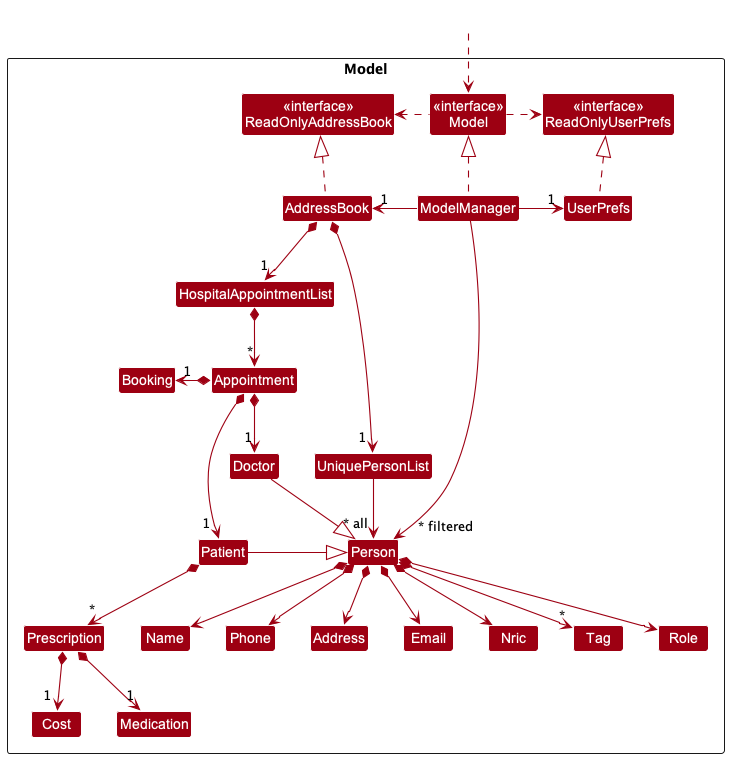
This is docs/images/ModelClassDiagram.png from nus-cs2103-AY2223S2/tp, a PlantUML export, as it was before one commit.
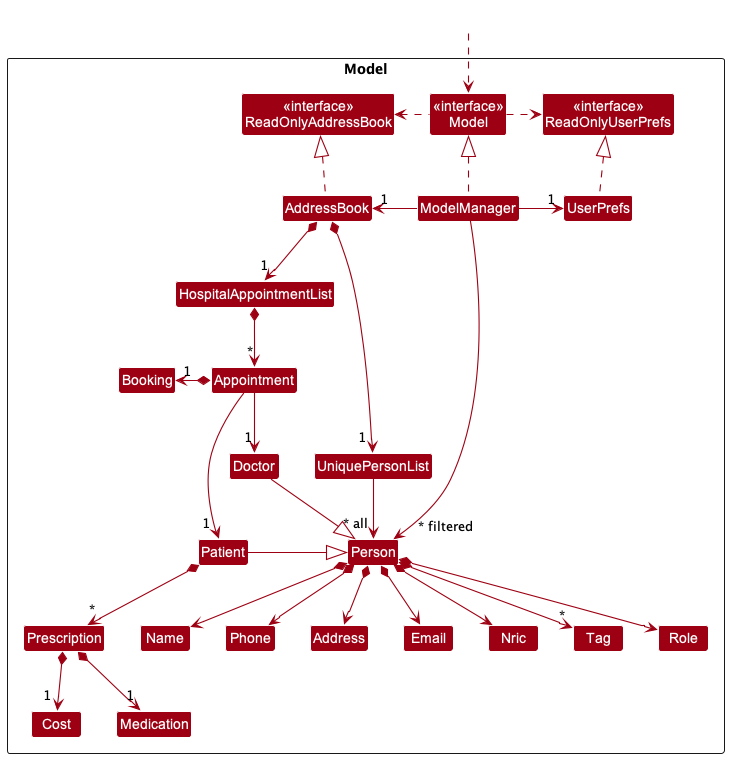
Above is the later version.

Change to the diagram source:
```diff
@@ -75,8 +75,8 @@
 AddressBook *--> "1" HospitalAppointmentList
 HospitalAppointmentList *--> "*" Appointment
 Appointment *-left-> "1" Booking
-Appointment *--> "1" Doctor
-Appointment *--> "1 " Patient
+Appointment --> "1" Doctor
+Appointment --> "1 " Patient
 
 ModelManager -->"   ~* filtered" Person
 @enduml
```
